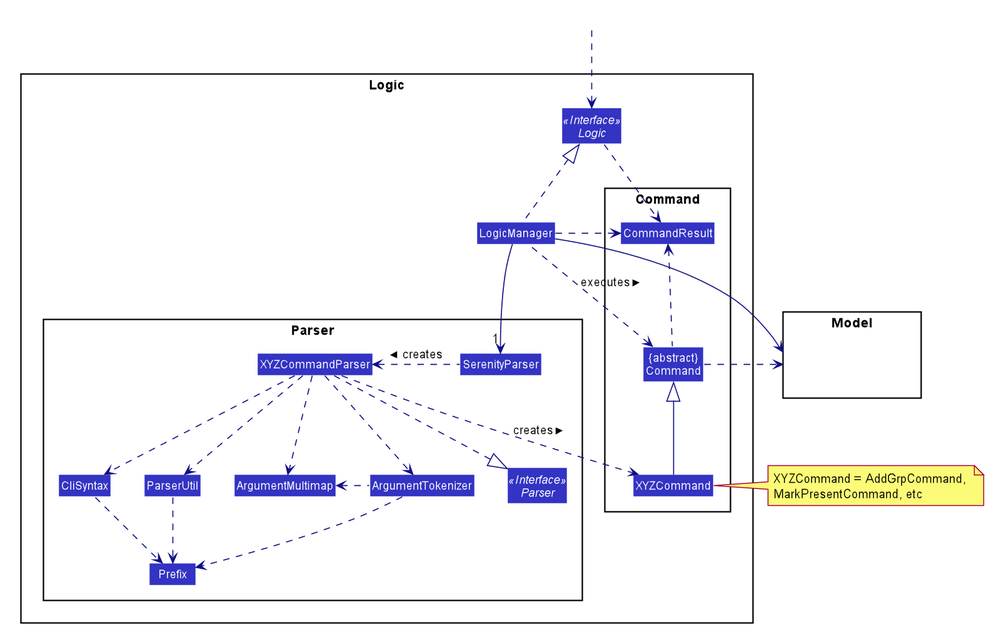
Before: docs/images/LogicClassDiagram.png, a diagram exported from PlantUML (xinyee20/tp). Its source is kept beside it as docs/diagrams/LogicClassDiagram.puml. The source it was exported from:
```plantuml
@startuml
!include style.puml
skinparam arrowThickness 1.1
skinparam arrowColor LOGIC_COLOR_T4
skinparam classBackgroundColor LOGIC_COLOR

package Logic {

package Parser {
Interface Parser <<Interface>>
Class SerenityParser
Class XYZCommandParser
Class CliSyntax
Class ParserUtil
Class ArgumentMultimap
Class ArgumentTokenizer
Class Prefix
}

package Command {
Class XYZCommand
Class CommandResult
Class "{abstract}\nCommand" as Command
}

Interface Logic <<Interface>>
Class LogicManager
}

package Model{
Class HiddenModel #FFFFFF
}

Class HiddenOutside #FFFFFF
HiddenOutside ..> Logic

LogicManager .up.|> Logic
LogicManager -->"1" SerenityParser
SerenityParser .left.> XYZCommandParser: creates >

XYZCommandParser ..> XYZCommand : creates >
XYZCommandParser ..|> Parser
XYZCommandParser ..> ArgumentMultimap
XYZCommandParser ..> ArgumentTokenizer
ArgumentTokenizer .left.> ArgumentMultimap
XYZCommandParser ..> CliSyntax
CliSyntax ..> Prefix
XYZCommandParser ..> ParserUtil
ParserUtil .down.> Prefix
ArgumentTokenizer .down.> Prefix
XYZCommand -up-|> Command
LogicManager .left.> Command : executes >

LogicManager --> Model
Command .right.> Model
note right of XYZCommand: XYZCommand = AddGrpCommand, \nMarkPresentCommand, etc

Logic ..> CommandResult
LogicManager .down.> CommandResult
Command .up.> CommandResult
CommandResult -[hidden]-> Parser
@enduml
```
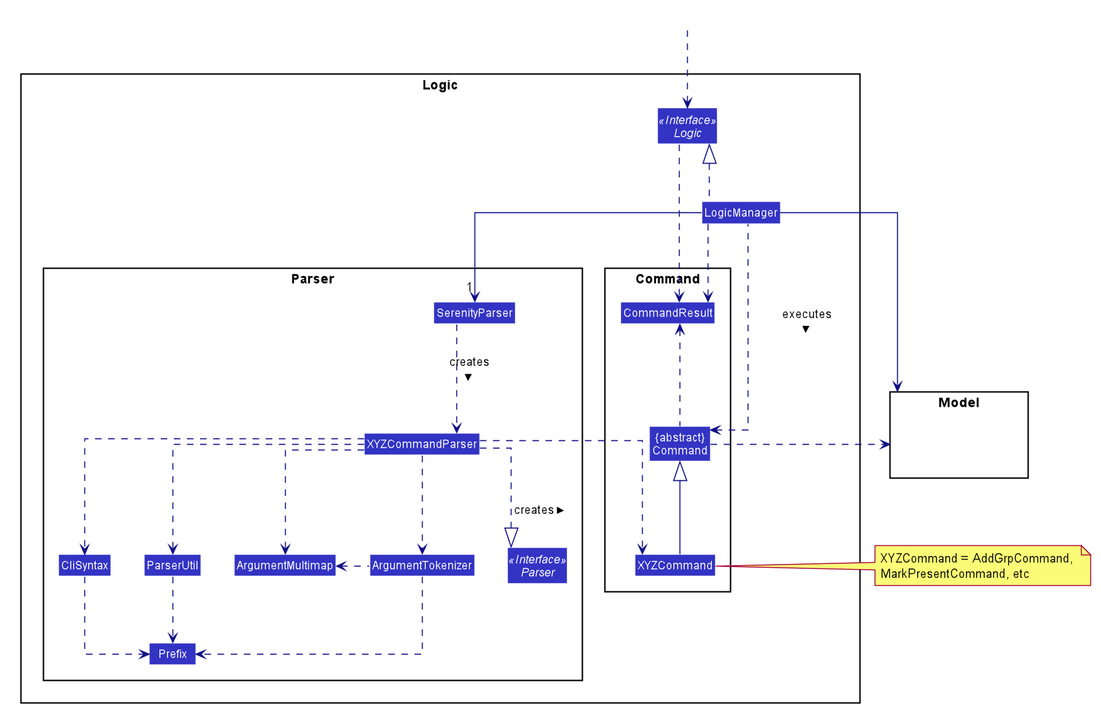
After the commit.

Commit message:
Modify Logic class diagram

Diff of the diagram source:
```diff
@@ -1,4 +1,5 @@
 @startuml
+skinparam linetype ortho
 !include style.puml
 skinparam arrowThickness 1.1
 skinparam arrowColor LOGIC_COLOR_T4
@@ -36,9 +37,9 @@
 
 LogicManager .up.|> Logic
 LogicManager -->"1" SerenityParser
-SerenityParser .left.> XYZCommandParser: creates >
+SerenityParser ..> XYZCommandParser: creates >
 
-XYZCommandParser ..> XYZCommand : creates >
+XYZCommandParser .right.> XYZCommand : creates >
 XYZCommandParser ..|> Parser
 XYZCommandParser ..> ArgumentMultimap
 XYZCommandParser ..> ArgumentTokenizer
@@ -49,9 +50,9 @@
 ParserUtil .down.> Prefix
 ArgumentTokenizer .down.> Prefix
 XYZCommand -up-|> Command
-LogicManager .left.> Command : executes >
+LogicManager .right.> Command : executes >
 
-LogicManager --> Model
+LogicManager -left-> Model
 Command .right.> Model
 note right of XYZCommand: XYZCommand = AddGrpCommand, \nMarkPresentCommand, etc
 
```
